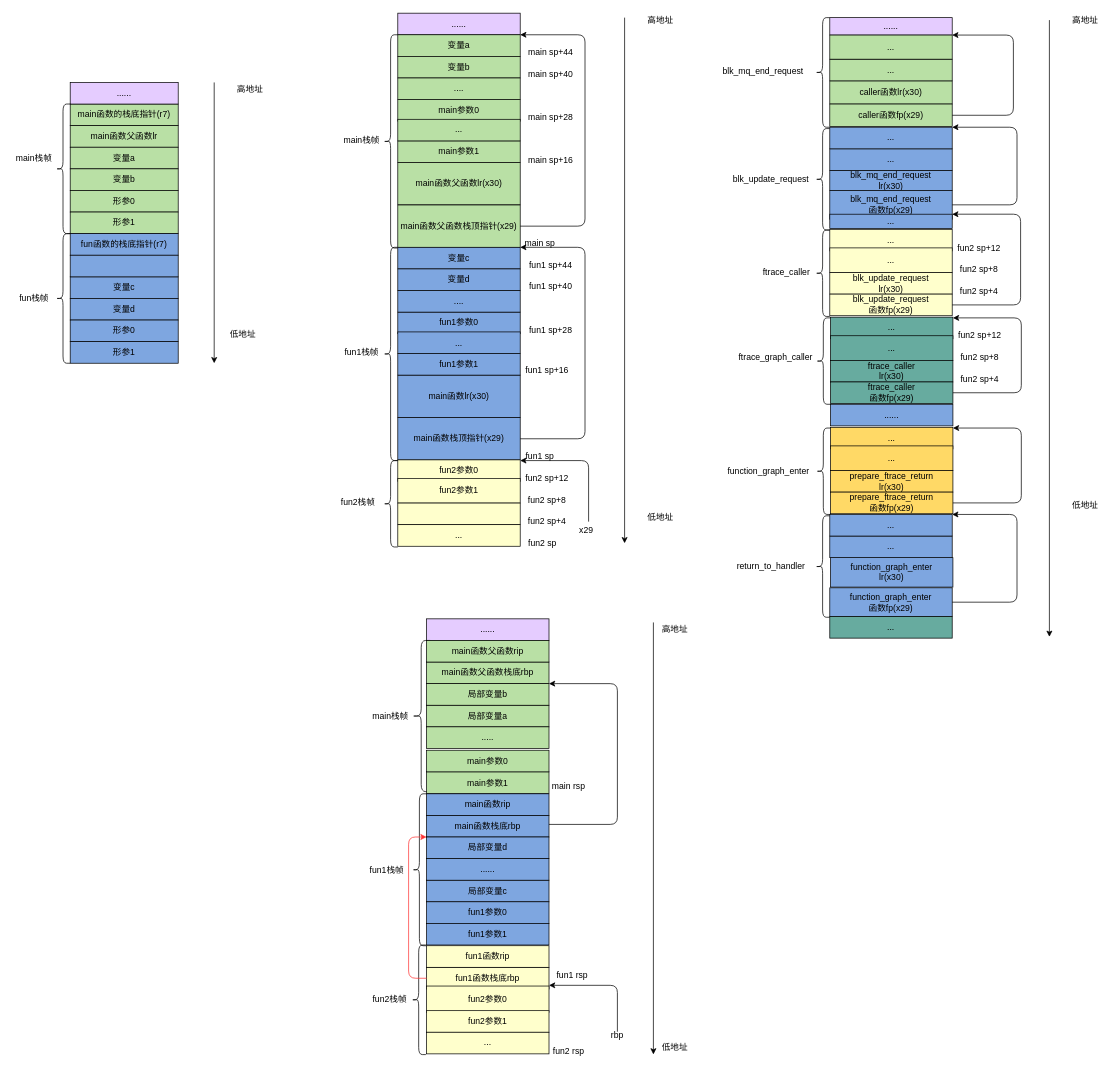
This is function frame.drawio from jasonactions/graph, a draw.io file, before an edit. Source tidied: cells renumbered, new cells numbered last; positions are measured from the earlier drawing's top-left corner, leaving out a move shared by most shapes. Both pictures are drawn from the tidied source at 72%, with x=0, y=0 at pixel (12, -1).
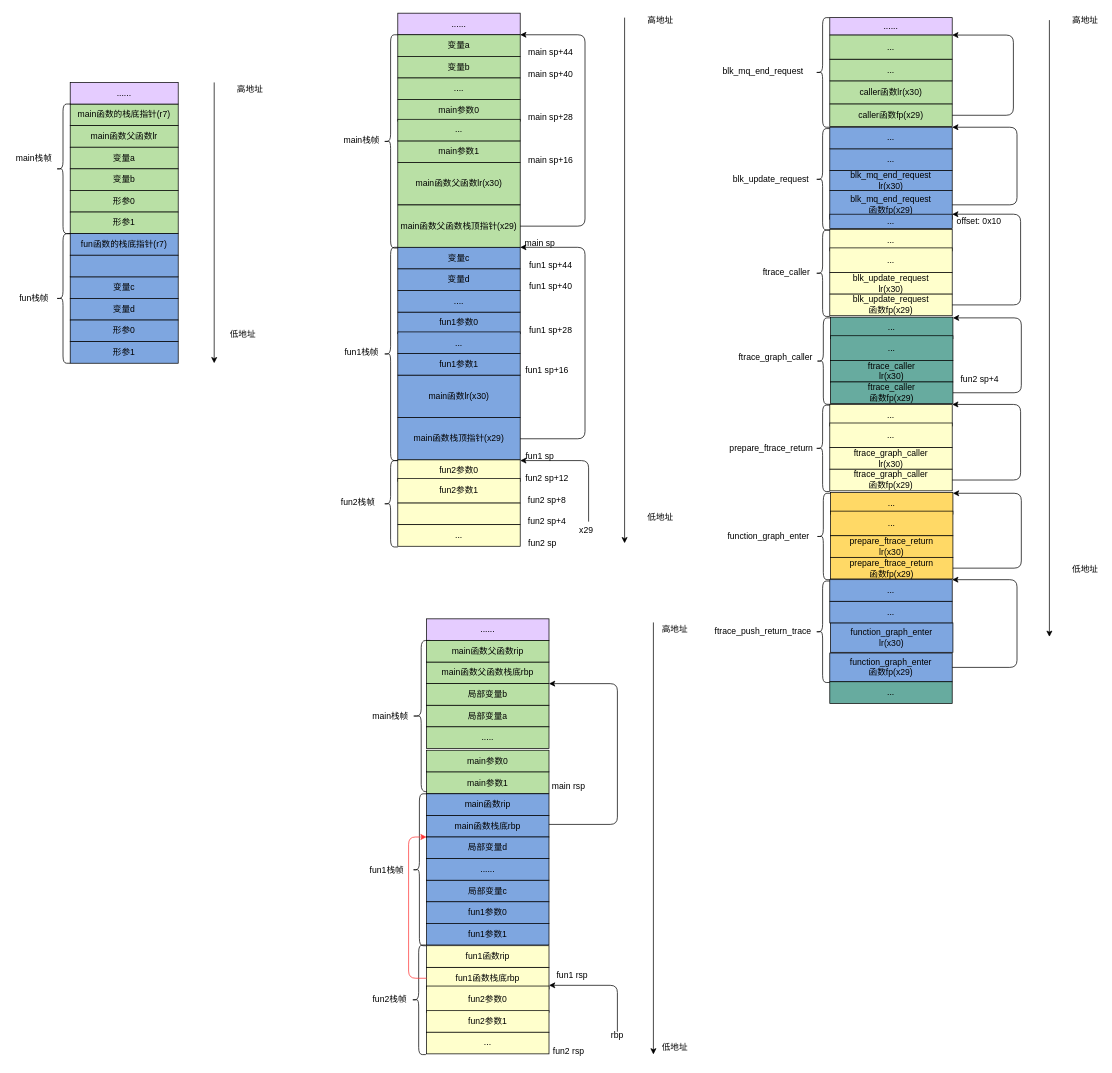
The same page after the edit.

Diff of the diagram source:
```diff
@@
     <mxCell id="111" value="低地址" style="text;html=1;strokeColor=none;fillColor=none;align=center;verticalAlign=middle;whiteSpace=wrap;rounded=0;" parent="1" vertex="1">
-      <mxGeometry x="1470" y="692.5" width="40" height="20" as="geometry" />
+      <mxGeometry x="1470" y="783.1" width="40" height="20" as="geometry" />
     </mxCell>
@@
-    <mxCell id="128" value="fun2 sp+12" style="text;html=1;strokeColor=none;fillColor=none;align=center;verticalAlign=middle;whiteSpace=wrap;rounded=0;" parent="1" vertex="1">
-      <mxGeometry x="1305" y="335.8" width="75" height="20" as="geometry" />
-    </mxCell>
-    <mxCell id="129" value="fun2 sp+8" style="text;html=1;strokeColor=none;fillColor=none;align=center;verticalAlign=middle;whiteSpace=wrap;rounded=0;" parent="1" vertex="1">
-      <mxGeometry x="1305" y="365.8" width="75" height="20" as="geometry" />
-    </mxCell>
-    <mxCell id="130" value="fun2 sp+4" style="text;html=1;strokeColor=none;fillColor=none;align=center;verticalAlign=middle;whiteSpace=wrap;rounded=0;" parent="1" vertex="1">
-      <mxGeometry x="1305" y="395.8" width="75" height="20" as="geometry" />
-    </mxCell>
@@
-    <mxCell id="138" value="fun2 sp+12" style="text;html=1;strokeColor=none;fillColor=none;align=center;verticalAlign=middle;whiteSpace=wrap;rounded=0;" parent="1" vertex="1">
-      <mxGeometry x="1306" y="457.8" width="75" height="20" as="geometry" />
-    </mxCell>
-    <mxCell id="139" value="fun2 sp+8" style="text;html=1;strokeColor=none;fillColor=none;align=center;verticalAlign=middle;whiteSpace=wrap;rounded=0;" parent="1" vertex="1">
-      <mxGeometry x="1306" y="487.8" width="75" height="20" as="geometry" />
+    <mxCell id="139" value="offset: 0x10" style="text;html=1;strokeColor=none;fillColor=none;align=center;verticalAlign=middle;whiteSpace=wrap;rounded=0;" parent="1" vertex="1">
+      <mxGeometry x="1305" y="299" width="75" height="20" as="geometry" />
     </mxCell>
@@
     <mxCell id="144" value="..." style="rounded=0;whiteSpace=wrap;html=1;fillColor=#FFD966;" parent="1" vertex="1">
-      <mxGeometry x="1136" y="595" width="170" height="30" as="geometry" />
+      <mxGeometry x="1136" y="685.6" width="170" height="30" as="geometry" />
     </mxCell>
     <mxCell id="145" value="..." style="rounded=0;whiteSpace=wrap;html=1;fillColor=#FFD966;" parent="1" vertex="1">
-      <mxGeometry x="1136" y="620.8" width="170" height="34.2" as="geometry" />
+      <mxGeometry x="1136" y="711.4" width="170" height="34.2" as="geometry" />
     </mxCell>
     <mxCell id="146" value="&lt;span&gt;prepare_ftrace_return&lt;br&gt;lr(x30)&lt;/span&gt;" style="rounded=0;whiteSpace=wrap;html=1;fillColor=#FFD966;" parent="1" vertex="1">
-      <mxGeometry x="1136" y="655" width="170" height="30" as="geometry" />
+      <mxGeometry x="1136" y="745.6" width="170" height="30" as="geometry" />
     </mxCell>
     <mxCell id="147" value="prepare_ftrace_return&lt;br&gt;函数fp(x29)" style="rounded=0;whiteSpace=wrap;html=1;fillColor=#FFD966;" parent="1" vertex="1">
-      <mxGeometry x="1136" y="685" width="170" height="30" as="geometry" />
+      <mxGeometry x="1136" y="775.6" width="170" height="30" as="geometry" />
     </mxCell>
     <mxCell id="148" style="shape=curlyBracket;whiteSpace=wrap;html=1;rounded=1;fillColor=#FFFFCC;" parent="1" vertex="1">
-      <mxGeometry x="1116" y="596" width="20" height="120" as="geometry" />
+      <mxGeometry x="1116" y="686.6" width="20" height="120" as="geometry" />
     </mxCell>
     <mxCell id="149" value="function_graph_enter" style="text;html=1;strokeColor=none;fillColor=none;align=center;verticalAlign=middle;whiteSpace=wrap;rounded=0;" parent="1" vertex="1">
-      <mxGeometry x="1000" y="646" width="100" height="20.2" as="geometry" />
+      <mxGeometry x="1000" y="736.6" width="100" height="20.2" as="geometry" />
     </mxCell>
     <mxCell id="150" style="edgeStyle=elbowEdgeStyle;elbow=horizontal;endArrow=classic;html=1;entryX=0;entryY=0.75;entryDx=0;entryDy=0;exitX=1;exitY=0.5;exitDx=0;exitDy=0;" parent="1" edge="1" source="147">
       <mxGeometry relative="1" as="geometry">
-        <mxPoint x="1306" y="596" as="targetPoint" />
+        <mxPoint x="1306" y="686.6" as="targetPoint" />
         <Array as="points">
-          <mxPoint x="1401" y="630.8" />
+          <mxPoint x="1401" y="721.4" />
         </Array>
       </mxGeometry>
     </mxCell>
-    <mxCell id="151" value="......" style="rounded=0;whiteSpace=wrap;html=1;fillColor=#7EA6E0;" parent="1" vertex="1">
-      <mxGeometry x="1136" y="563" width="170" height="30" as="geometry" />
-    </mxCell>
     <mxCell id="152" value="function_graph_enter&lt;span&gt;&lt;br&gt;lr(x30)&lt;/span&gt;" style="rounded=0;whiteSpace=wrap;html=1;fillColor=#7EA6E0;" parent="1" vertex="1">
-      <mxGeometry x="1136" y="776" width="170" height="40.9" as="geometry" />
+      <mxGeometry x="1136" y="866.6" width="170" height="40.9" as="geometry" />
     </mxCell>
     <mxCell id="153" value="function_graph_enter&lt;br&gt;函数fp(x29)" style="rounded=0;whiteSpace=wrap;html=1;fillColor=#7EA6E0;" parent="1" vertex="1">
-      <mxGeometry x="1135" y="817.9" width="170" height="39.9" as="geometry" />
+      <mxGeometry x="1135" y="908.5" width="170" height="39.9" as="geometry" />
     </mxCell>
-    <mxCell id="154" value="return_to_handler" style="text;html=1;strokeColor=none;fillColor=none;align=center;verticalAlign=middle;whiteSpace=wrap;rounded=0;" parent="1" vertex="1">
-      <mxGeometry x="991" y="778.3" width="125" height="20" as="geometry" />
+    <mxCell id="154" value="ftrace_push_return_trace" style="text;html=1;strokeColor=none;fillColor=none;align=center;verticalAlign=middle;whiteSpace=wrap;rounded=0;" parent="1" vertex="1">
+      <mxGeometry x="980" y="868.9" width="125" height="20" as="geometry" />
     </mxCell>
     <mxCell id="155" style="shape=curlyBracket;whiteSpace=wrap;html=1;rounded=1;fillColor=#7EA6E0;" parent="1" vertex="1">
-      <mxGeometry x="1115" y="717.9" width="20" height="140.9" as="geometry" />
+      <mxGeometry x="1115" y="808.5" width="20" height="140.9" as="geometry" />
     </mxCell>
     <mxCell id="156" value="..." style="rounded=0;whiteSpace=wrap;html=1;fillColor=#7EA6E0;" parent="1" vertex="1">
-      <mxGeometry x="1135" y="746" width="170" height="30" as="geometry" />
+      <mxGeometry x="1135" y="836.6" width="170" height="30" as="geometry" />
     </mxCell>
     <mxCell id="157" value="..." style="rounded=0;whiteSpace=wrap;html=1;fillColor=#7EA6E0;" parent="1" vertex="1">
-      <mxGeometry x="1135" y="716" width="170" height="30" as="geometry" />
+      <mxGeometry x="1135" y="806.6" width="170" height="30" as="geometry" />
     </mxCell>
     <mxCell id="158" style="edgeStyle=elbowEdgeStyle;elbow=horizontal;endArrow=classic;html=1;entryX=1;entryY=0;entryDx=0;entryDy=0;exitX=1;exitY=0.5;exitDx=0;exitDy=0;" parent="1" edge="1" source="153" target="157">
       <mxGeometry relative="1" as="geometry">
         <Array as="points">
-          <mxPoint x="1395" y="680" />
+          <mxPoint x="1395" y="770.6" />
         </Array>
       </mxGeometry>
     </mxCell>
     <mxCell id="159" value="..." style="rounded=0;whiteSpace=wrap;html=1;fillColor=#67AB9F;" parent="1" vertex="1">
-      <mxGeometry x="1135" y="857.8" width="170" height="30" as="geometry" />
+      <mxGeometry x="1135" y="948.4" width="170" height="30" as="geometry" />
     </mxCell>
@@
+    <mxCell id="161" value="..." style="rounded=0;whiteSpace=wrap;html=1;fillColor=#FFFFCC;" parent="1" vertex="1">
+      <mxGeometry x="1135" y="563.2" width="170" height="30" as="geometry" />
+    </mxCell>
+    <mxCell id="162" value="..." style="rounded=0;whiteSpace=wrap;html=1;fillColor=#FFFFCC;" parent="1" vertex="1">
+      <mxGeometry x="1135" y="589" width="170" height="34.2" as="geometry" />
+    </mxCell>
+    <mxCell id="163" value="ftrace_graph_caller&lt;span&gt;&lt;br&gt;lr(x30)&lt;/span&gt;" style="rounded=0;whiteSpace=wrap;html=1;fillColor=#FFFFCC;" parent="1" vertex="1">
+      <mxGeometry x="1135" y="623.2" width="170" height="30" as="geometry" />
+    </mxCell>
+    <mxCell id="164" value="ftrace_graph_caller&lt;br&gt;函数fp(x29)" style="rounded=0;whiteSpace=wrap;html=1;fillColor=#FFFFCC;" parent="1" vertex="1">
+      <mxGeometry x="1135" y="653.2" width="170" height="30" as="geometry" />
+    </mxCell>
+    <mxCell id="165" style="shape=curlyBracket;whiteSpace=wrap;html=1;rounded=1;fillColor=#FFFFCC;" parent="1" vertex="1">
+      <mxGeometry x="1115" y="564.2" width="20" height="120" as="geometry" />
+    </mxCell>
+    <mxCell id="166" value="prepare_ftrace_return" style="text;html=1;strokeColor=none;fillColor=none;align=center;verticalAlign=middle;whiteSpace=wrap;rounded=0;" parent="1" vertex="1">
+      <mxGeometry x="1008.5" y="613.2" width="90" height="20.8" as="geometry" />
+    </mxCell>
+    <mxCell id="167" style="edgeStyle=elbowEdgeStyle;elbow=horizontal;endArrow=classic;html=1;entryX=1;entryY=0;entryDx=0;entryDy=0;exitX=1;exitY=0.5;exitDx=0;exitDy=0;" parent="1" edge="1" source="164" target="161">
+      <mxGeometry relative="1" as="geometry">
+        <Array as="points">
+          <mxPoint x="1400" y="641" />
+        </Array>
+      </mxGeometry>
+    </mxCell>
```
